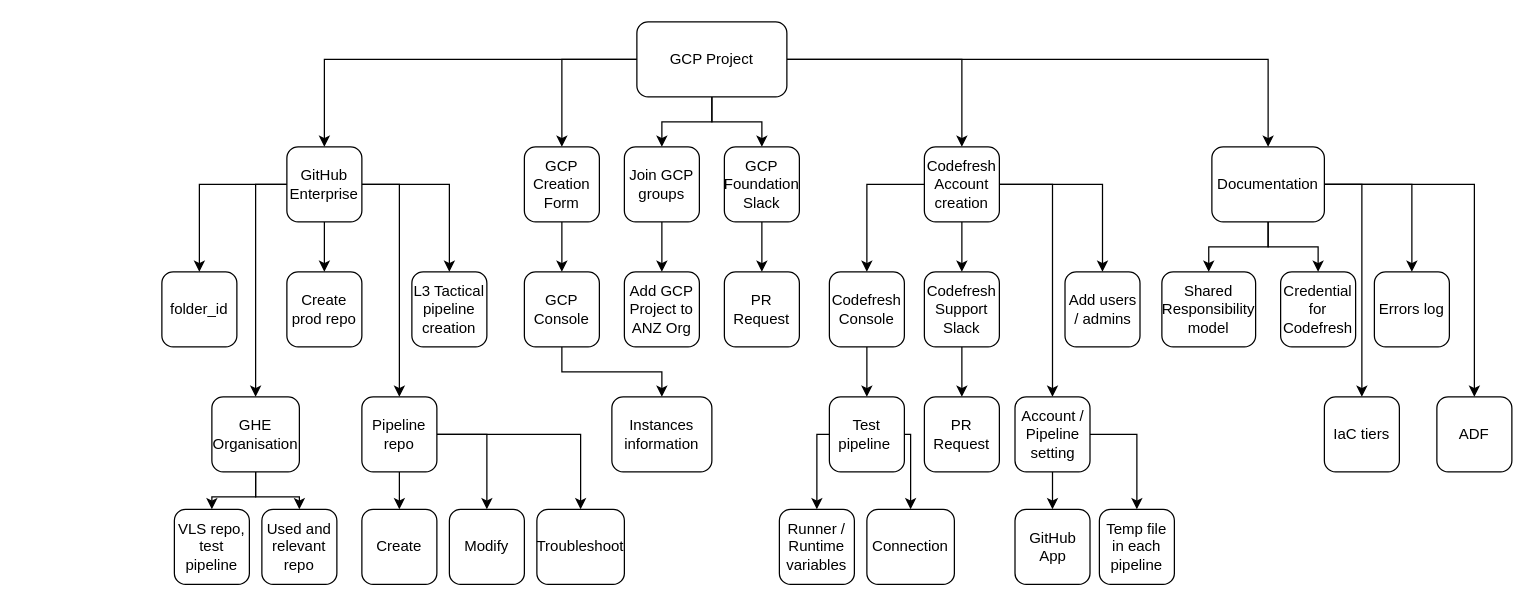
This is GCP .drawio from curiouscat-me/Dumb-Projects-for-Myself, a draw.io file, before an edit. Source tidied: cells renumbered, new cells numbered last; positions are measured from the earlier drawing's top-left corner, leaving out a move shared by most shapes. Both pictures are drawn from the tidied source at 125%, with x=0, y=0 at pixel (161, 21).
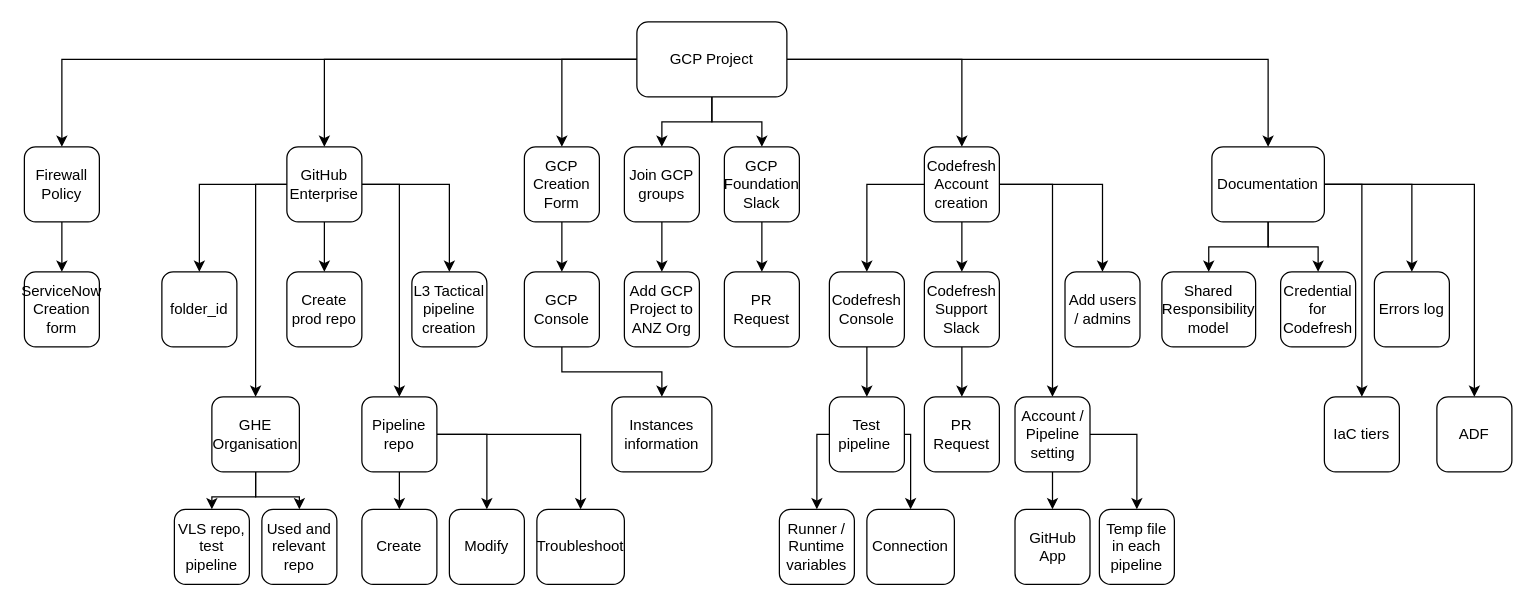
The same diagram, later.

The change refers to these unchanged cells:
```xml
<mxCell id="8" value="GCP Project" style="rounded=1;whiteSpace=wrap;html=1;" parent="1" vertex="1">
  <mxGeometry x="380" width="120" height="60" as="geometry" />
</mxCell>
```

The edit, as a diff of the source:
```diff
@@
+    <mxCell id="73" style="edgeStyle=orthogonalEdgeStyle;rounded=0;jettySize=auto;html=1;entryX=0.5;entryY=0;entryDx=0;entryDy=0;" parent="1" edge="1" source="8" target="75">
+      <mxGeometry relative="1" as="geometry" />
+    </mxCell>
@@
+    <mxCell id="74" style="edgeStyle=orthogonalEdgeStyle;rounded=0;jettySize=auto;html=1;entryX=0.5;entryY=0;entryDx=0;entryDy=0;" parent="1" edge="1" source="75" target="76">
+      <mxGeometry relative="1" as="geometry" />
+    </mxCell>
+    <mxCell id="75" value="Firewall Policy" style="rounded=1;whiteSpace=wrap;html=1;" parent="1" vertex="1">
+      <mxGeometry x="-110" y="100" width="60" height="60" as="geometry" />
+    </mxCell>
+    <mxCell id="76" value="ServiceNow Creation form" style="rounded=1;whiteSpace=wrap;html=1;" parent="1" vertex="1">
+      <mxGeometry x="-110" y="200" width="60" height="60" as="geometry" />
+    </mxCell>
```
